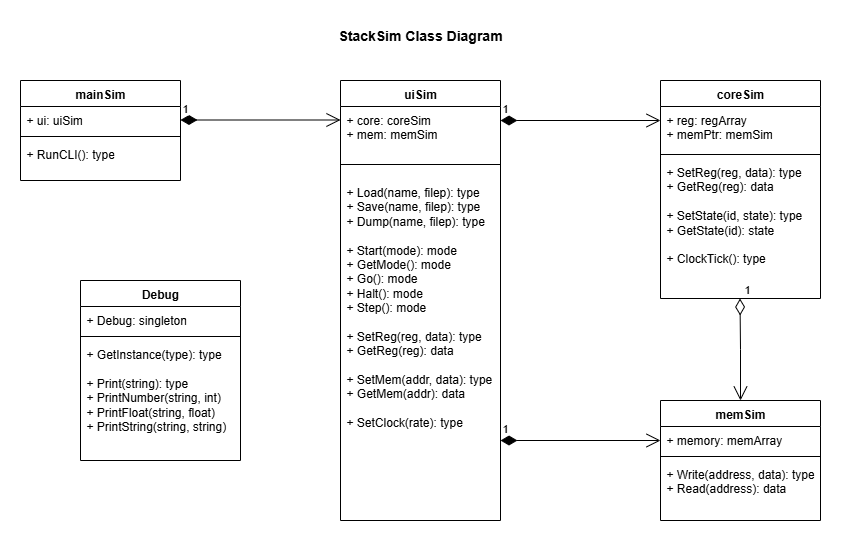
Earlier version of the draw.io export docs/SW-stackSim-class-diagram.png (dervish77/StackCPU). Source tidied: cells renumbered, new cells last; positions are measured from the earlier drawing's top-left corner, leaving out a move shared by most shapes. Source of this version:
```xml
<mxGraphModel>
  <root>
    <mxCell id="0" />
    <mxCell id="1" parent="0" />
    <mxCell id="2" value="uiSim" style="swimlane;fontStyle=1;align=center;verticalAlign=top;horizontal=1;startSize=26;whiteSpace=wrap;html=1;" parent="1" vertex="1">
      <mxGeometry x="320" y="60" width="160" height="440" as="geometry" />
    </mxCell>
    <mxCell id="3" value="+ core: coreSim&lt;div&gt;+ mem: memSim&lt;/div&gt;" style="text;strokeColor=none;fillColor=none;align=left;verticalAlign=top;spacingLeft=4;spacingRight=4;overflow=hidden;whiteSpace=wrap;html=1;" parent="2" vertex="1">
      <mxGeometry y="26" width="160" height="44" as="geometry" />
    </mxCell>
    <mxCell id="4" style="line;strokeWidth=1;fillColor=none;align=left;verticalAlign=middle;spacingTop=-1;spacingLeft=3;spacingRight=3;labelPosition=right;strokeColor=inherit;" parent="2" vertex="1">
      <mxGeometry y="70" width="160" height="28" as="geometry" />
    </mxCell>
    <mxCell id="5" value="+ Load(name, filep): type&lt;div&gt;+ Save(name, filep): type&lt;/div&gt;&lt;div&gt;+ Dump(name, filep): type&lt;br&gt;&lt;div&gt;&lt;br&gt;&lt;div&gt;+ Start(mode): mode&lt;/div&gt;&lt;/div&gt;&lt;/div&gt;&lt;div&gt;+ GetMode(): mode&lt;/div&gt;&lt;div&gt;+ Go(): mode&lt;/div&gt;&lt;div&gt;+ Halt(): mode&lt;/div&gt;&lt;div&gt;+ Step(): mode&lt;/div&gt;&lt;div&gt;&lt;br&gt;&lt;/div&gt;&lt;div&gt;+ SetReg(reg, data): type&lt;/div&gt;&lt;div&gt;+ GetReg(reg): data&lt;/div&gt;&lt;div&gt;&lt;br&gt;&lt;/div&gt;&lt;div&gt;+ SetMem(addr, data): type&lt;/div&gt;&lt;div&gt;+ GetMem(addr): data&lt;/div&gt;&lt;div&gt;&lt;br&gt;&lt;/div&gt;&lt;div&gt;+ SetClock(rate): type&lt;/div&gt;" style="text;strokeColor=none;fillColor=none;align=left;verticalAlign=top;spacingLeft=4;spacingRight=4;overflow=hidden;whiteSpace=wrap;html=1;" parent="2" vertex="1">
      <mxGeometry y="98" width="160" height="342" as="geometry" />
    </mxCell>
    <mxCell id="6" value="coreSim" style="swimlane;fontStyle=1;align=center;verticalAlign=top;horizontal=1;startSize=26;whiteSpace=wrap;html=1;" parent="1" vertex="1">
      <mxGeometry x="640" y="60" width="160" height="218" as="geometry" />
    </mxCell>
    <mxCell id="7" value="+ reg: regArray&lt;div&gt;+ memPtr: memSim&lt;/div&gt;" style="text;strokeColor=none;fillColor=none;align=left;verticalAlign=top;spacingLeft=4;spacingRight=4;overflow=hidden;whiteSpace=wrap;html=1;" parent="6" vertex="1">
      <mxGeometry y="26" width="160" height="44" as="geometry" />
    </mxCell>
    <mxCell id="8" style="line;strokeWidth=1;fillColor=none;align=left;verticalAlign=middle;spacingTop=-1;spacingLeft=3;spacingRight=3;labelPosition=right;strokeColor=inherit;" parent="6" vertex="1">
      <mxGeometry y="70" width="160" height="8" as="geometry" />
    </mxCell>
    <mxCell id="9" value="+ SetReg(reg, data): type&lt;div&gt;+ GetReg(reg): data&lt;/div&gt;&lt;div&gt;&lt;br&gt;&lt;/div&gt;&lt;div&gt;+ SetState(id, state): type&lt;/div&gt;&lt;div&gt;+ GetState(id): state&lt;/div&gt;&lt;div&gt;&lt;br&gt;&lt;/div&gt;&lt;div&gt;+ ClockTick(): type&lt;/div&gt;" style="text;strokeColor=none;fillColor=none;align=left;verticalAlign=top;spacingLeft=4;spacingRight=4;overflow=hidden;whiteSpace=wrap;html=1;" parent="6" vertex="1">
      <mxGeometry y="78" width="160" height="140" as="geometry" />
    </mxCell>
    <mxCell id="10" value="memSim" style="swimlane;fontStyle=1;align=center;verticalAlign=top;horizontal=1;startSize=26;whiteSpace=wrap;html=1;" parent="1" vertex="1">
      <mxGeometry x="640" y="380" width="160" height="120" as="geometry" />
    </mxCell>
    <mxCell id="11" value="+ memory: memArray" style="text;strokeColor=none;fillColor=none;align=left;verticalAlign=top;spacingLeft=4;spacingRight=4;overflow=hidden;whiteSpace=wrap;html=1;" parent="10" vertex="1">
      <mxGeometry y="26" width="160" height="26" as="geometry" />
    </mxCell>
    <mxCell id="12" style="line;strokeWidth=1;fillColor=none;align=left;verticalAlign=middle;spacingTop=-1;spacingLeft=3;spacingRight=3;labelPosition=right;strokeColor=inherit;" parent="10" vertex="1">
      <mxGeometry y="52" width="160" height="8" as="geometry" />
    </mxCell>
    <mxCell id="13" value="+ Write(address, data): type&lt;div&gt;+ Read(address): data&lt;/div&gt;" style="text;strokeColor=none;fillColor=none;align=left;verticalAlign=top;spacingLeft=4;spacingRight=4;overflow=hidden;whiteSpace=wrap;html=1;" parent="10" vertex="1">
      <mxGeometry y="60" width="160" height="60" as="geometry" />
    </mxCell>
    <mxCell id="14" value="1" style="endArrow=open;html=1;endSize=12;startArrow=diamondThin;startSize=14;startFill=1;edgeStyle=orthogonalEdgeStyle;align=left;verticalAlign=bottom;rounded=0;" parent="1" edge="1">
      <mxGeometry x="-1" y="3" relative="1" as="geometry">
        <mxPoint x="480" y="100" as="sourcePoint" />
        <mxPoint x="640" y="100" as="targetPoint" />
      </mxGeometry>
    </mxCell>
    <mxCell id="15" value="1" style="endArrow=open;html=1;endSize=12;startArrow=diamondThin;startSize=14;startFill=1;edgeStyle=orthogonalEdgeStyle;align=left;verticalAlign=bottom;rounded=0;" parent="1" edge="1">
      <mxGeometry x="-1" y="3" relative="1" as="geometry">
        <mxPoint x="480" y="420" as="sourcePoint" />
        <mxPoint x="640" y="420" as="targetPoint" />
      </mxGeometry>
    </mxCell>
    <mxCell id="16" value="1" style="endArrow=open;html=1;endSize=12;startArrow=diamondThin;startSize=14;startFill=1;edgeStyle=orthogonalEdgeStyle;align=left;verticalAlign=bottom;rounded=0;" parent="1" edge="1">
      <mxGeometry x="-1" y="3" relative="1" as="geometry">
        <mxPoint x="160" y="99.5" as="sourcePoint" />
        <mxPoint x="320" y="99.5" as="targetPoint" />
      </mxGeometry>
    </mxCell>
    <mxCell id="17" value="1" style="endArrow=open;html=1;endSize=12;startArrow=diamondThin;startSize=14;startFill=0;edgeStyle=orthogonalEdgeStyle;align=left;verticalAlign=bottom;rounded=0;" parent="1" edge="1">
      <mxGeometry x="-1" y="3" relative="1" as="geometry">
        <mxPoint x="719.5" y="278" as="sourcePoint" />
        <mxPoint x="720" y="380" as="targetPoint" />
      </mxGeometry>
    </mxCell>
    <mxCell id="18" value="&lt;font style=&quot;font-size: 14px;&quot;&gt;&lt;b&gt;StackSim Class Diagram&lt;/b&gt;&lt;/font&gt;" style="text;html=1;align=center;verticalAlign=middle;whiteSpace=wrap;rounded=0;" parent="1" vertex="1">
      <mxGeometry x="265" width="270" height="30" as="geometry" />
    </mxCell>
    <mxCell id="19" value="Debug" style="swimlane;fontStyle=1;align=center;verticalAlign=top;horizontal=1;startSize=26;whiteSpace=wrap;html=1;" parent="1" vertex="1">
      <mxGeometry x="60" y="260" width="160" height="180" as="geometry" />
    </mxCell>
    <mxCell id="20" value="+ Debug: singleton" style="text;strokeColor=none;fillColor=none;align=left;verticalAlign=top;spacingLeft=4;spacingRight=4;overflow=hidden;whiteSpace=wrap;html=1;" parent="19" vertex="1">
      <mxGeometry y="26" width="160" height="26" as="geometry" />
    </mxCell>
    <mxCell id="21" style="line;strokeWidth=1;fillColor=none;align=left;verticalAlign=middle;spacingTop=-1;spacingLeft=3;spacingRight=3;labelPosition=right;strokeColor=inherit;" parent="19" vertex="1">
      <mxGeometry y="52" width="160" height="8" as="geometry" />
    </mxCell>
    <mxCell id="22" value="+ GetInstance(type): type&lt;div&gt;&lt;br&gt;&lt;/div&gt;&lt;div&gt;+ Print(string): type&lt;/div&gt;&lt;div&gt;+ PrintNumber(string, int)&lt;/div&gt;&lt;div&gt;+ PrintFloat(string, float)&lt;/div&gt;&lt;div&gt;+ PrintString(string, string)&lt;/div&gt;" style="text;strokeColor=none;fillColor=none;align=left;verticalAlign=top;spacingLeft=4;spacingRight=4;overflow=hidden;whiteSpace=wrap;html=1;" parent="19" vertex="1">
      <mxGeometry y="60" width="160" height="120" as="geometry" />
    </mxCell>
    <mxCell id="23" value="mainSim" style="swimlane;fontStyle=1;align=center;verticalAlign=top;horizontal=1;startSize=26;whiteSpace=wrap;html=1;" parent="1" vertex="1">
      <mxGeometry y="60" width="160" height="100" as="geometry" />
    </mxCell>
    <mxCell id="24" value="+ ui: uiSim" style="text;strokeColor=none;fillColor=none;align=left;verticalAlign=top;spacingLeft=4;spacingRight=4;overflow=hidden;whiteSpace=wrap;html=1;" parent="23" vertex="1">
      <mxGeometry y="26" width="160" height="26" as="geometry" />
    </mxCell>
    <mxCell id="25" style="line;strokeWidth=1;fillColor=none;align=left;verticalAlign=middle;spacingTop=-1;spacingLeft=3;spacingRight=3;labelPosition=right;strokeColor=inherit;" parent="23" vertex="1">
      <mxGeometry y="52" width="160" height="8" as="geometry" />
    </mxCell>
    <mxCell id="26" value="+ RunCLI(): type" style="text;strokeColor=none;fillColor=none;align=left;verticalAlign=top;spacingLeft=4;spacingRight=4;overflow=hidden;whiteSpace=wrap;html=1;" parent="23" vertex="1">
      <mxGeometry y="60" width="160" height="40" as="geometry" />
    </mxCell>
  </root>
</mxGraphModel>
```
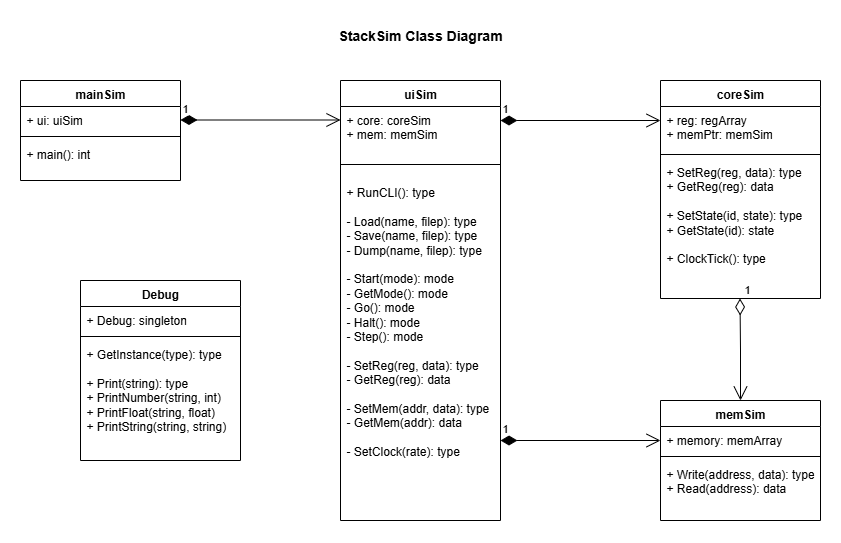
Later version of the same file.

Commit message:
moved RunCLI() from mainSim class to uiSim class

Diff of the diagram source:
```diff
@@ -11,7 +11,7 @@
     <mxCell id="4" style="line;strokeWidth=1;fillColor=none;align=left;verticalAlign=middle;spacingTop=-1;spacingLeft=3;spacingRight=3;labelPosition=right;strokeColor=inherit;" parent="2" vertex="1">
       <mxGeometry y="70" width="160" height="28" as="geometry" />
     </mxCell>
-    <mxCell id="5" value="+ Load(name, filep): type&lt;div&gt;+ Save(name, filep): type&lt;/div&gt;&lt;div&gt;+ Dump(name, filep): type&lt;br&gt;&lt;div&gt;&lt;br&gt;&lt;div&gt;+ Start(mode): mode&lt;/div&gt;&lt;/div&gt;&lt;/div&gt;&lt;div&gt;+ GetMode(): mode&lt;/div&gt;&lt;div&gt;+ Go(): mode&lt;/div&gt;&lt;div&gt;+ Halt(): mode&lt;/div&gt;&lt;div&gt;+ Step(): mode&lt;/div&gt;&lt;div&gt;&lt;br&gt;&lt;/div&gt;&lt;div&gt;+ SetReg(reg, data): type&lt;/div&gt;&lt;div&gt;+ GetReg(reg): data&lt;/div&gt;&lt;div&gt;&lt;br&gt;&lt;/div&gt;&lt;div&gt;+ SetMem(addr, data): type&lt;/div&gt;&lt;div&gt;+ GetMem(addr): data&lt;/div&gt;&lt;div&gt;&lt;br&gt;&lt;/div&gt;&lt;div&gt;+ SetClock(rate): type&lt;/div&gt;" style="text;strokeColor=none;fillColor=none;align=left;verticalAlign=top;spacingLeft=4;spacingRight=4;overflow=hidden;whiteSpace=wrap;html=1;" parent="2" vertex="1">
+    <mxCell id="5" value="&lt;div&gt;&lt;span style=&quot;background-color: transparent; color: light-dark(rgb(0, 0, 0), rgb(255, 255, 255));&quot;&gt;+ RunCLI(): type&lt;/span&gt;&lt;/div&gt;&lt;div&gt;&lt;br&gt;&lt;/div&gt;- Load(name, filep): type&lt;div&gt;- Save(name, filep): type&lt;/div&gt;&lt;div&gt;- Dump(name, filep): type&lt;br&gt;&lt;div&gt;&lt;br&gt;&lt;div&gt;- Start(mode): mode&lt;/div&gt;&lt;/div&gt;&lt;/div&gt;&lt;div&gt;- GetMode(): mode&lt;/div&gt;&lt;div&gt;- Go(): mode&lt;/div&gt;&lt;div&gt;- Halt(): mode&lt;/div&gt;&lt;div&gt;- Step(): mode&lt;/div&gt;&lt;div&gt;&lt;br&gt;&lt;/div&gt;&lt;div&gt;- SetReg(reg, data): type&lt;/div&gt;&lt;div&gt;- GetReg(reg): data&lt;/div&gt;&lt;div&gt;&lt;br&gt;&lt;/div&gt;&lt;div&gt;- SetMem(addr, data): type&lt;/div&gt;&lt;div&gt;- GetMem(addr): data&lt;/div&gt;&lt;div&gt;&lt;br&gt;&lt;/div&gt;&lt;div&gt;- SetClock(rate): type&lt;/div&gt;" style="text;strokeColor=none;fillColor=none;align=left;verticalAlign=top;spacingLeft=4;spacingRight=4;overflow=hidden;whiteSpace=wrap;html=1;" parent="2" vertex="1">
       <mxGeometry y="98" width="160" height="342" as="geometry" />
     </mxCell>
     <mxCell id="6" value="coreSim" style="swimlane;fontStyle=1;align=center;verticalAlign=top;horizontal=1;startSize=26;whiteSpace=wrap;html=1;" parent="1" vertex="1">
@@ -86,7 +86,7 @@
     <mxCell id="25" style="line;strokeWidth=1;fillColor=none;align=left;verticalAlign=middle;spacingTop=-1;spacingLeft=3;spacingRight=3;labelPosition=right;strokeColor=inherit;" parent="23" vertex="1">
       <mxGeometry y="52" width="160" height="8" as="geometry" />
     </mxCell>
-    <mxCell id="26" value="+ RunCLI(): type" style="text;strokeColor=none;fillColor=none;align=left;verticalAlign=top;spacingLeft=4;spacingRight=4;overflow=hidden;whiteSpace=wrap;html=1;" parent="23" vertex="1">
+    <mxCell id="26" value="+ main(): int" style="text;strokeColor=none;fillColor=none;align=left;verticalAlign=top;spacingLeft=4;spacingRight=4;overflow=hidden;whiteSpace=wrap;html=1;" parent="23" vertex="1">
       <mxGeometry y="60" width="160" height="40" as="geometry" />
     </mxCell>
   </root>
```
